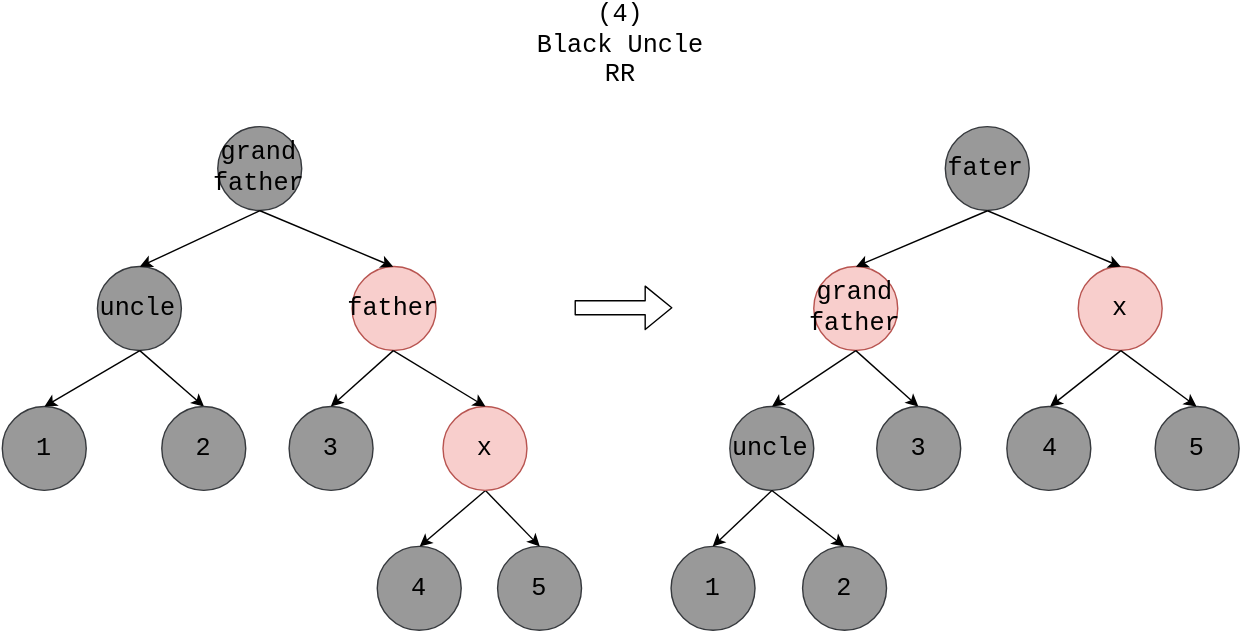
The draw.io diagram docs/DataStructure/res/RedBlackTree5.svg in linrongbin16/way-to-algorithm, before a commit. Source tidied: cells renumbered, new cells last; positions are measured from the earlier drawing's top-left corner, leaving out a move shared by most shapes. Source of this version:
```xml
<mxGraphModel background="#ffffff">
  <root>
    <mxCell id="0" />
    <mxCell id="1" parent="0" />
    <mxCell id="2" value="grand&lt;br&gt;father&lt;br&gt;" style="ellipse;whiteSpace=wrap;html=1;rounded=0;shadow=0;strokeColor=#36393d;fillColor=#999999;fontFamily=Courier New;fontSize=18;" parent="1" vertex="1">
      <mxGeometry x="154" y="70" width="60" height="60" as="geometry" />
    </mxCell>
    <mxCell id="3" value="uncle" style="ellipse;whiteSpace=wrap;html=1;rounded=0;shadow=0;strokeColor=#36393d;fillColor=#999999;fontFamily=Courier New;fontSize=18;" parent="1" vertex="1">
      <mxGeometry x="68" y="170" width="60" height="60" as="geometry" />
    </mxCell>
    <mxCell id="4" value="father" style="ellipse;whiteSpace=wrap;html=1;rounded=0;shadow=0;strokeColor=#b85450;fillColor=#f8cecc;fontFamily=Courier New;fontSize=18;" parent="1" vertex="1">
      <mxGeometry x="249.5" y="170" width="60" height="60" as="geometry" />
    </mxCell>
    <mxCell id="5" value="1" style="ellipse;whiteSpace=wrap;html=1;rounded=0;shadow=0;strokeColor=#36393d;fillColor=#999999;fontFamily=Courier New;fontSize=18;" parent="1" vertex="1">
      <mxGeometry x="-0.5" y="270" width="60" height="60" as="geometry" />
    </mxCell>
    <mxCell id="6" style="endArrow=classic;html=1;fontFamily=Courier New;fontSize=18;exitX=0.5;exitY=1;entryX=0.5;entryY=0;" parent="1" edge="1" source="2" target="3">
      <mxGeometry relative="1" as="geometry" />
    </mxCell>
    <mxCell id="7" style="endArrow=classic;html=1;fontFamily=Courier New;fontSize=18;exitX=0.5;exitY=1;entryX=0.5;entryY=0;" parent="1" edge="1" source="2" target="4">
      <mxGeometry relative="1" as="geometry" />
    </mxCell>
    <mxCell id="8" style="endArrow=classic;html=1;fontFamily=Courier New;fontSize=18;exitX=0.5;exitY=1;entryX=0.5;entryY=0;" parent="1" edge="1" source="3" target="5">
      <mxGeometry relative="1" as="geometry" />
    </mxCell>
    <mxCell id="9" style="endArrow=classic;html=1;fontFamily=Courier New;fontSize=18;entryX=0.5;entryY=0;exitX=0.5;exitY=1;" parent="1" edge="1" source="3" target="10">
      <mxGeometry relative="1" as="geometry" />
    </mxCell>
    <mxCell id="10" value="2" style="ellipse;whiteSpace=wrap;html=1;rounded=0;shadow=0;strokeColor=#36393d;fillColor=#999999;fontFamily=Courier New;fontSize=18;" parent="1" vertex="1">
      <mxGeometry x="114" y="270" width="60" height="60" as="geometry" />
    </mxCell>
    <mxCell id="11" value="4" style="ellipse;whiteSpace=wrap;html=1;rounded=0;shadow=0;strokeColor=#36393d;fillColor=#999999;fontFamily=Courier New;fontSize=18;" parent="1" vertex="1">
      <mxGeometry x="268" y="370" width="60" height="60" as="geometry" />
    </mxCell>
    <mxCell id="12" value="5" style="ellipse;whiteSpace=wrap;html=1;rounded=0;shadow=0;strokeColor=#36393d;fillColor=#999999;fontFamily=Courier New;fontSize=18;" parent="1" vertex="1">
      <mxGeometry x="354" y="370" width="60" height="60" as="geometry" />
    </mxCell>
    <mxCell id="13" style="endArrow=classic;html=1;fontFamily=Courier New;fontSize=18;exitX=0.5;exitY=1;entryX=0.5;entryY=0;" parent="1" edge="1" source="18" target="11">
      <mxGeometry relative="1" as="geometry" />
    </mxCell>
    <mxCell id="14" style="endArrow=classic;html=1;fontFamily=Courier New;fontSize=18;exitX=0.5;exitY=1;entryX=0.5;entryY=0;" parent="1" edge="1" source="18" target="12">
      <mxGeometry relative="1" as="geometry" />
    </mxCell>
    <mxCell id="15" value="(4)&lt;br&gt;Black Uncle&lt;br&gt;RR&lt;br&gt;" style="text;html=1;strokeColor=none;fillColor=none;align=center;verticalAlign=middle;whiteSpace=wrap;rounded=0;shadow=0;fontFamily=Courier New;fontSize=18;" parent="1" vertex="1">
      <mxGeometry x="371.5" width="138" height="20" as="geometry" />
    </mxCell>
    <mxCell id="16" style="shape=flexArrow;endArrow=classic;html=1;fillColor=#ffffff;fontFamily=Courier New;fontSize=18;" parent="1" edge="1">
      <mxGeometry relative="1" as="geometry">
        <mxPoint x="409" y="199.5" as="sourcePoint" />
        <mxPoint x="479" y="199.5" as="targetPoint" />
      </mxGeometry>
    </mxCell>
    <mxCell id="17" value="3" style="ellipse;whiteSpace=wrap;html=1;rounded=0;shadow=0;strokeColor=#36393d;fillColor=#999999;fontFamily=Courier New;fontSize=18;" parent="1" vertex="1">
      <mxGeometry x="204.5" y="270" width="60" height="60" as="geometry" />
    </mxCell>
    <mxCell id="18" value="x" style="ellipse;whiteSpace=wrap;html=1;rounded=0;shadow=0;strokeColor=#b85450;fillColor=#f8cecc;fontFamily=Courier New;fontSize=18;" parent="1" vertex="1">
      <mxGeometry x="315" y="270" width="60" height="60" as="geometry" />
    </mxCell>
    <mxCell id="19" style="endArrow=classic;html=1;fontFamily=Courier New;fontSize=18;exitX=0.5;exitY=1;entryX=0.5;entryY=0;" parent="1" edge="1" source="4" target="17">
      <mxGeometry relative="1" as="geometry" />
    </mxCell>
    <mxCell id="20" style="endArrow=classic;html=1;fontFamily=Courier New;fontSize=18;exitX=0.5;exitY=1;entryX=0.5;entryY=0;" parent="1" edge="1" source="4" target="18">
      <mxGeometry relative="1" as="geometry" />
    </mxCell>
    <mxCell id="21" value="fater&lt;br&gt;" style="ellipse;whiteSpace=wrap;html=1;rounded=0;shadow=0;strokeColor=#36393d;fillColor=#999999;fontFamily=Courier New;fontSize=18;" parent="1" vertex="1">
      <mxGeometry x="674" y="70" width="60" height="60" as="geometry" />
    </mxCell>
    <mxCell id="22" value="grand&lt;br&gt;father&lt;br&gt;" style="ellipse;whiteSpace=wrap;html=1;rounded=0;shadow=0;strokeColor=#b85450;fillColor=#f8cecc;fontFamily=Courier New;fontSize=18;" parent="1" vertex="1">
      <mxGeometry x="580" y="170" width="60" height="60" as="geometry" />
    </mxCell>
    <mxCell id="23" value="x&lt;br&gt;" style="ellipse;whiteSpace=wrap;html=1;rounded=0;shadow=0;strokeColor=#b85450;fillColor=#f8cecc;fontFamily=Courier New;fontSize=18;" parent="1" vertex="1">
      <mxGeometry x="769" y="170" width="60" height="60" as="geometry" />
    </mxCell>
    <mxCell id="24" value="uncle" style="ellipse;whiteSpace=wrap;html=1;rounded=0;shadow=0;strokeColor=#36393d;fillColor=#999999;fontFamily=Courier New;fontSize=18;" parent="1" vertex="1">
      <mxGeometry x="520" y="270" width="60" height="60" as="geometry" />
    </mxCell>
    <mxCell id="25" style="endArrow=classic;html=1;fontFamily=Courier New;fontSize=18;exitX=0.5;exitY=1;entryX=0.5;entryY=0;" parent="1" edge="1" source="21" target="22">
      <mxGeometry relative="1" as="geometry" />
    </mxCell>
    <mxCell id="26" style="endArrow=classic;html=1;fontFamily=Courier New;fontSize=18;exitX=0.5;exitY=1;entryX=0.5;entryY=0;" parent="1" edge="1" source="21" target="23">
      <mxGeometry relative="1" as="geometry" />
    </mxCell>
    <mxCell id="27" style="endArrow=classic;html=1;fontFamily=Courier New;fontSize=18;exitX=0.5;exitY=1;entryX=0.5;entryY=0;" parent="1" edge="1" source="22" target="24">
      <mxGeometry relative="1" as="geometry" />
    </mxCell>
    <mxCell id="28" style="endArrow=classic;html=1;fontFamily=Courier New;fontSize=18;entryX=0.5;entryY=0;exitX=0.5;exitY=1;" parent="1" edge="1" source="22" target="29">
      <mxGeometry relative="1" as="geometry" />
    </mxCell>
    <mxCell id="29" value="3" style="ellipse;whiteSpace=wrap;html=1;rounded=0;shadow=0;strokeColor=#36393d;fillColor=#999999;fontFamily=Courier New;fontSize=18;" parent="1" vertex="1">
      <mxGeometry x="624.5" y="270" width="60" height="60" as="geometry" />
    </mxCell>
    <mxCell id="30" value="1" style="ellipse;whiteSpace=wrap;html=1;rounded=0;shadow=0;strokeColor=#36393d;fillColor=#999999;fontFamily=Courier New;fontSize=18;" parent="1" vertex="1">
      <mxGeometry x="477.5" y="370" width="60" height="60" as="geometry" />
    </mxCell>
    <mxCell id="31" value="2" style="ellipse;whiteSpace=wrap;html=1;rounded=0;shadow=0;strokeColor=#36393d;fillColor=#999999;fontFamily=Courier New;fontSize=18;" parent="1" vertex="1">
      <mxGeometry x="572" y="370" width="60" height="60" as="geometry" />
    </mxCell>
    <mxCell id="32" style="endArrow=classic;html=1;fontFamily=Courier New;fontSize=18;exitX=0.5;exitY=1;entryX=0.5;entryY=0;" parent="1" edge="1" source="24" target="30">
      <mxGeometry relative="1" as="geometry" />
    </mxCell>
    <mxCell id="33" style="endArrow=classic;html=1;fontFamily=Courier New;fontSize=18;exitX=0.5;exitY=1;entryX=0.5;entryY=0;" parent="1" edge="1" source="24" target="31">
      <mxGeometry relative="1" as="geometry" />
    </mxCell>
    <mxCell id="34" value="4" style="ellipse;whiteSpace=wrap;html=1;rounded=0;shadow=0;strokeColor=#36393d;fillColor=#999999;fontFamily=Courier New;fontSize=18;" parent="1" vertex="1">
      <mxGeometry x="718.5" y="270" width="60" height="60" as="geometry" />
    </mxCell>
    <mxCell id="35" value="5" style="ellipse;whiteSpace=wrap;html=1;rounded=0;shadow=0;strokeColor=#36393d;fillColor=#999999;fontFamily=Courier New;fontSize=18;" parent="1" vertex="1">
      <mxGeometry x="824" y="270" width="60" height="60" as="geometry" />
    </mxCell>
    <mxCell id="36" style="endArrow=classic;html=1;fontFamily=Courier New;fontSize=18;exitX=0.5;exitY=1;entryX=0.5;entryY=0;" parent="1" edge="1" source="23" target="34">
      <mxGeometry relative="1" as="geometry" />
    </mxCell>
    <mxCell id="37" style="endArrow=classic;html=1;fontFamily=Courier New;fontSize=18;exitX=0.5;exitY=1;entryX=0.5;entryY=0;" parent="1" edge="1" source="23" target="35">
      <mxGeometry relative="1" as="geometry" />
    </mxCell>
  </root>
</mxGraphModel>
```
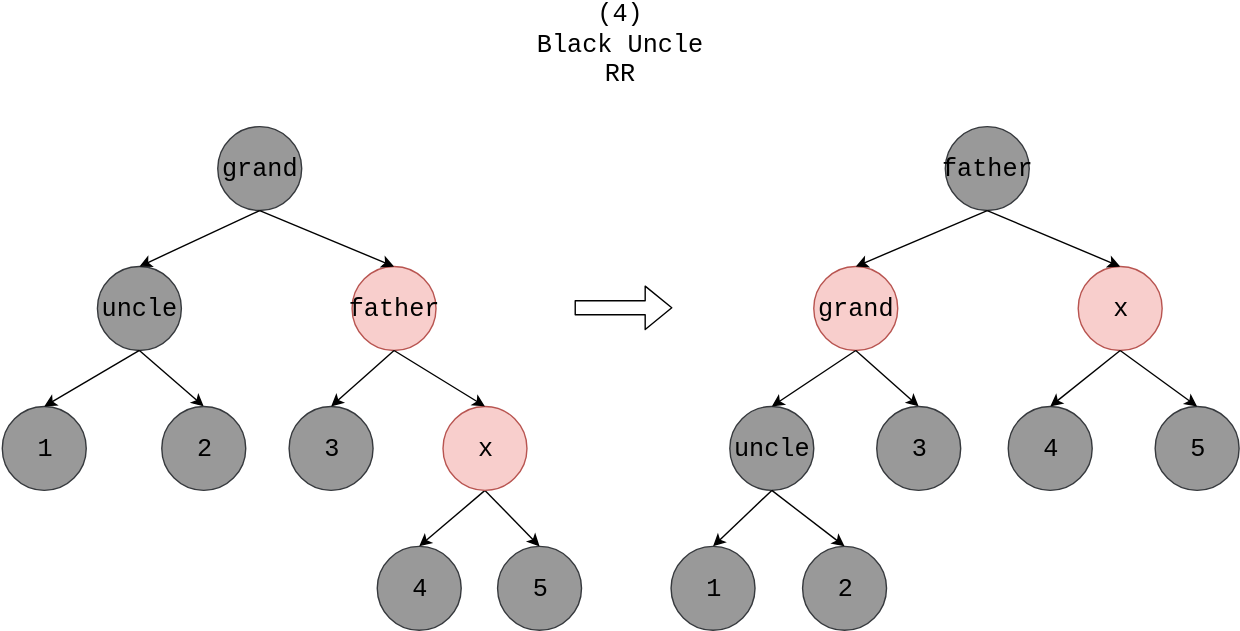
After the commit.

Commit message:
smaller red black tree rotate picture

Change to the diagram source:
```diff
@@ -2,7 +2,7 @@
   <root>
     <mxCell id="0" />
     <mxCell id="1" parent="0" />
-    <mxCell id="2" value="grand&lt;br&gt;father&lt;br&gt;" style="ellipse;whiteSpace=wrap;html=1;rounded=0;shadow=0;strokeColor=#36393d;fillColor=#999999;fontFamily=Courier New;fontSize=18;" parent="1" vertex="1">
+    <mxCell id="2" value="grand&lt;br&gt;" style="ellipse;whiteSpace=wrap;html=1;rounded=0;shadow=0;strokeColor=#36393d;fillColor=#999999;fontFamily=Courier New;fontSize=18;" parent="1" vertex="1">
       <mxGeometry x="154" y="70" width="60" height="60" as="geometry" />
     </mxCell>
     <mxCell id="3" value="uncle" style="ellipse;whiteSpace=wrap;html=1;rounded=0;shadow=0;strokeColor=#36393d;fillColor=#999999;fontFamily=Courier New;fontSize=18;" parent="1" vertex="1">
@@ -62,10 +62,10 @@
     <mxCell id="20" style="endArrow=classic;html=1;fontFamily=Courier New;fontSize=18;exitX=0.5;exitY=1;entryX=0.5;entryY=0;" parent="1" edge="1" source="4" target="18">
       <mxGeometry relative="1" as="geometry" />
     </mxCell>
-    <mxCell id="21" value="fater&lt;br&gt;" style="ellipse;whiteSpace=wrap;html=1;rounded=0;shadow=0;strokeColor=#36393d;fillColor=#999999;fontFamily=Courier New;fontSize=18;" parent="1" vertex="1">
+    <mxCell id="21" value="father&lt;br&gt;" style="ellipse;whiteSpace=wrap;html=1;rounded=0;shadow=0;strokeColor=#36393d;fillColor=#999999;fontFamily=Courier New;fontSize=18;" parent="1" vertex="1">
       <mxGeometry x="674" y="70" width="60" height="60" as="geometry" />
     </mxCell>
-    <mxCell id="22" value="grand&lt;br&gt;father&lt;br&gt;" style="ellipse;whiteSpace=wrap;html=1;rounded=0;shadow=0;strokeColor=#b85450;fillColor=#f8cecc;fontFamily=Courier New;fontSize=18;" parent="1" vertex="1">
+    <mxCell id="22" value="grand&lt;br&gt;" style="ellipse;whiteSpace=wrap;html=1;rounded=0;shadow=0;strokeColor=#b85450;fillColor=#f8cecc;fontFamily=Courier New;fontSize=18;" parent="1" vertex="1">
       <mxGeometry x="580" y="170" width="60" height="60" as="geometry" />
     </mxCell>
     <mxCell id="23" value="x&lt;br&gt;" style="ellipse;whiteSpace=wrap;html=1;rounded=0;shadow=0;strokeColor=#b85450;fillColor=#f8cecc;fontFamily=Courier New;fontSize=18;" parent="1" vertex="1">
```
